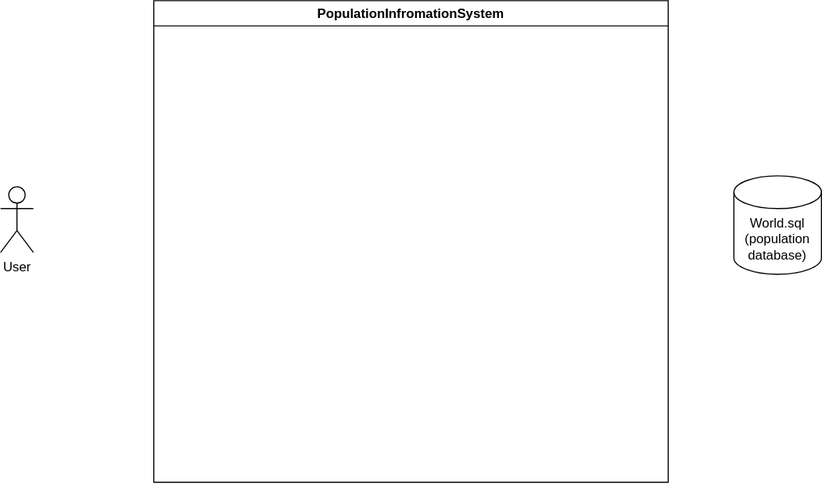
Earlier version of the draw.io export Usecase/PopulationInfromationSystem.svg (ChawThiriSoe1779/SET09623Gp2). Source tidied: cells renumbered, new cells last; positions are measured from the earlier drawing's top-left corner, leaving out a move shared by most shapes. Source of this version:
```xml
<mxGraphModel>
  <root>
    <mxCell id="0" />
    <mxCell id="1" parent="0" />
    <mxCell id="2" value="PopulationInfromationSystem" style="swimlane;" parent="1" vertex="1">
      <mxGeometry x="140" width="470" height="440" as="geometry" />
    </mxCell>
    <mxCell id="3" value="User" style="shape=umlActor;verticalLabelPosition=bottom;verticalAlign=top;html=1;outlineConnect=0;" parent="1" vertex="1">
      <mxGeometry y="170" width="30" height="60" as="geometry" />
    </mxCell>
    <mxCell id="4" value="World.sql&lt;br&gt;(population database)" style="shape=cylinder3;whiteSpace=wrap;html=1;boundedLbl=1;backgroundOutline=1;size=15;" parent="1" vertex="1">
      <mxGeometry x="670" y="160" width="80" height="90" as="geometry" />
    </mxCell>
  </root>
</mxGraphModel>
```
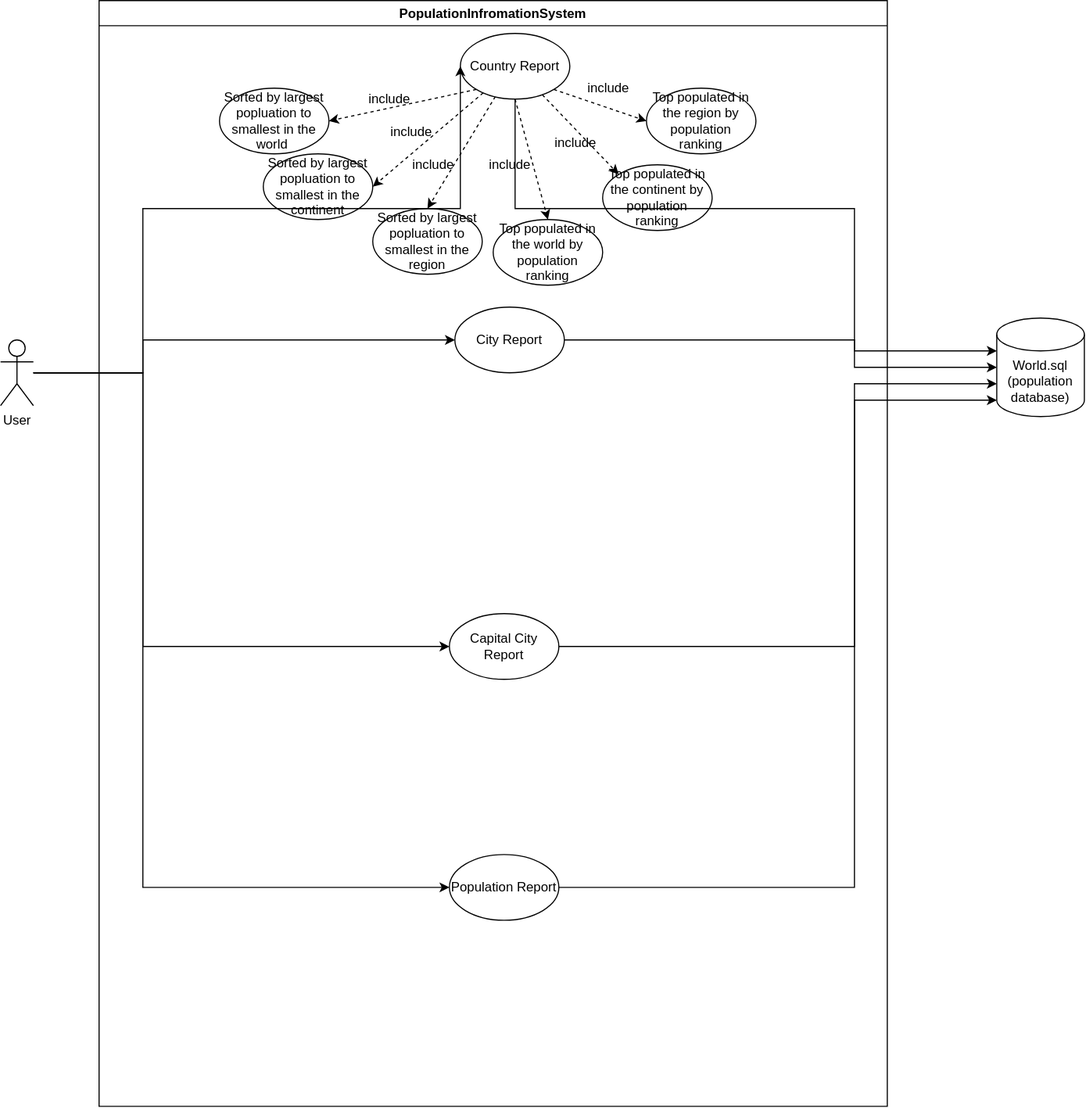
After the commit.

Commit message:
Adding changes in Usecase diagram(PopulationInfromationSystem.svg)

What changed in the source:
```diff
@@ -3,13 +3,143 @@
     <mxCell id="0" />
     <mxCell id="1" parent="0" />
     <mxCell id="2" value="PopulationInfromationSystem" style="swimlane;" parent="1" vertex="1">
-      <mxGeometry x="140" width="470" height="440" as="geometry" />
+      <mxGeometry x="380" y="-150" width="720" height="1010" as="geometry" />
     </mxCell>
+    <mxCell id="5" style="rounded=0;jettySize=auto;html=1;exitX=0;exitY=1;exitDx=0;exitDy=0;entryX=1;entryY=0.5;entryDx=0;entryDy=0;fontSize=12;dashed=1;" parent="2" edge="1" source="11" target="15">
+      <mxGeometry relative="1" as="geometry" />
+    </mxCell>
+    <mxCell id="6" style="edgeStyle=none;rounded=0;jettySize=auto;html=1;entryX=1;entryY=0.5;entryDx=0;entryDy=0;dashed=1;fontSize=12;" parent="2" edge="1" source="11" target="16">
+      <mxGeometry relative="1" as="geometry" />
+    </mxCell>
+    <mxCell id="7" style="edgeStyle=none;rounded=0;jettySize=auto;html=1;exitX=0.32;exitY=0.961;exitDx=0;exitDy=0;entryX=0.5;entryY=0;entryDx=0;entryDy=0;dashed=1;fontSize=12;exitPerimeter=0;" parent="2" edge="1" source="11" target="17">
+      <mxGeometry relative="1" as="geometry" />
+    </mxCell>
+    <mxCell id="8" style="edgeStyle=none;rounded=0;jettySize=auto;html=1;exitX=0.5;exitY=1;exitDx=0;exitDy=0;entryX=0.5;entryY=0;entryDx=0;entryDy=0;dashed=1;fontSize=12;" parent="2" edge="1" source="11" target="18">
+      <mxGeometry relative="1" as="geometry" />
+    </mxCell>
+    <mxCell id="9" style="edgeStyle=none;rounded=0;jettySize=auto;html=1;entryX=0;entryY=0;entryDx=0;entryDy=0;dashed=1;fontSize=12;" parent="2" edge="1" source="11" target="19">
+      <mxGeometry relative="1" as="geometry" />
+    </mxCell>
+    <mxCell id="10" style="edgeStyle=none;rounded=0;jettySize=auto;html=1;exitX=1;exitY=1;exitDx=0;exitDy=0;entryX=0;entryY=0.5;entryDx=0;entryDy=0;dashed=1;fontSize=12;" parent="2" edge="1" source="11" target="20">
+      <mxGeometry relative="1" as="geometry" />
+    </mxCell>
+    <mxCell id="11" value="Country Report" style="ellipse;whiteSpace=wrap;html=1;" parent="2" vertex="1">
+      <mxGeometry x="330" y="30" width="100" height="60" as="geometry" />
+    </mxCell>
+    <mxCell id="12" value="City Report" style="ellipse;whiteSpace=wrap;html=1;" parent="2" vertex="1">
+      <mxGeometry x="325" y="280" width="100" height="60" as="geometry" />
+    </mxCell>
+    <mxCell id="13" value="Capital City Report" style="ellipse;whiteSpace=wrap;html=1;" parent="2" vertex="1">
+      <mxGeometry x="320" y="560" width="100" height="60" as="geometry" />
+    </mxCell>
+    <mxCell id="14" value="Population Report" style="ellipse;whiteSpace=wrap;html=1;" parent="2" vertex="1">
+      <mxGeometry x="320" y="780" width="100" height="60" as="geometry" />
+    </mxCell>
+    <mxCell id="15" value="Sorted by largest popluation to smallest in the world&amp;nbsp;" style="ellipse;whiteSpace=wrap;html=1;" parent="2" vertex="1">
+      <mxGeometry x="110" y="80" width="100" height="60" as="geometry" />
+    </mxCell>
+    <mxCell id="16" value="Sorted by largest popluation to smallest in the continent" style="ellipse;whiteSpace=wrap;html=1;" parent="2" vertex="1">
+      <mxGeometry x="150" y="140" width="100" height="60" as="geometry" />
+    </mxCell>
+    <mxCell id="17" value="Sorted by largest popluation to smallest in the region" style="ellipse;whiteSpace=wrap;html=1;" parent="2" vertex="1">
+      <mxGeometry x="250" y="190" width="100" height="60" as="geometry" />
+    </mxCell>
+    <mxCell id="18" value="Top populated in the world by population ranking" style="ellipse;whiteSpace=wrap;html=1;" parent="2" vertex="1">
+      <mxGeometry x="360" y="200" width="100" height="60" as="geometry" />
+    </mxCell>
+    <mxCell id="19" value="Top populated in the continent by population ranking" style="ellipse;whiteSpace=wrap;html=1;" parent="2" vertex="1">
+      <mxGeometry x="460" y="150" width="100" height="60" as="geometry" />
+    </mxCell>
+    <mxCell id="20" value="Top populated in the region by population ranking" style="ellipse;whiteSpace=wrap;html=1;" parent="2" vertex="1">
+      <mxGeometry x="500" y="80" width="100" height="60" as="geometry" />
+    </mxCell>
+    <mxCell id="21" value="include" style="text;html=1;align=center;verticalAlign=middle;strokeColor=none;fillColor=none;fontSize=12;" parent="2" vertex="1">
+      <mxGeometry x="240" y="80" width="50" height="20" as="geometry" />
+    </mxCell>
+    <mxCell id="22" value="include" style="text;html=1;align=center;verticalAlign=middle;strokeColor=none;fillColor=none;fontSize=12;" parent="2" vertex="1">
+      <mxGeometry x="260" y="110" width="50" height="20" as="geometry" />
+    </mxCell>
+    <mxCell id="23" value="include" style="text;html=1;align=center;verticalAlign=middle;strokeColor=none;fillColor=none;fontSize=12;" parent="2" vertex="1">
+      <mxGeometry x="280" y="140" width="50" height="20" as="geometry" />
+    </mxCell>
+    <mxCell id="24" value="include" style="text;html=1;align=center;verticalAlign=middle;strokeColor=none;fillColor=none;fontSize=12;" parent="2" vertex="1">
+      <mxGeometry x="350" y="140" width="50" height="20" as="geometry" />
+    </mxCell>
+    <mxCell id="25" value="include" style="text;html=1;align=center;verticalAlign=middle;strokeColor=none;fillColor=none;fontSize=12;" parent="2" vertex="1">
+      <mxGeometry x="410" y="120" width="50" height="20" as="geometry" />
+    </mxCell>
+    <mxCell id="26" value="include" style="text;html=1;align=center;verticalAlign=middle;strokeColor=none;fillColor=none;fontSize=12;" parent="2" vertex="1">
+      <mxGeometry x="440" y="70" width="50" height="20" as="geometry" />
+    </mxCell>
+    <mxCell id="27" style="edgeStyle=orthogonalEdgeStyle;rounded=0;jettySize=auto;html=1;entryX=0;entryY=0.5;entryDx=0;entryDy=0;" parent="1" edge="1" source="3" target="11">
+      <mxGeometry relative="1" as="geometry">
+        <Array as="points">
+          <mxPoint x="420" y="190" />
+          <mxPoint x="420" y="40" />
+        </Array>
+      </mxGeometry>
+    </mxCell>
+    <mxCell id="28" style="edgeStyle=orthogonalEdgeStyle;rounded=0;jettySize=auto;html=1;entryX=0;entryY=0.5;entryDx=0;entryDy=0;" parent="1" edge="1" source="3" target="12">
+      <mxGeometry relative="1" as="geometry">
+        <Array as="points">
+          <mxPoint x="420" y="190" />
+          <mxPoint x="420" y="160" />
+        </Array>
+      </mxGeometry>
+    </mxCell>
+    <mxCell id="29" style="edgeStyle=orthogonalEdgeStyle;rounded=0;jettySize=auto;html=1;entryX=0;entryY=0.5;entryDx=0;entryDy=0;" parent="1" edge="1" source="3" target="13">
+      <mxGeometry relative="1" as="geometry">
+        <Array as="points">
+          <mxPoint x="420" y="190" />
+          <mxPoint x="420" y="440" />
+        </Array>
+      </mxGeometry>
+    </mxCell>
+    <mxCell id="30" style="edgeStyle=orthogonalEdgeStyle;rounded=0;jettySize=auto;html=1;entryX=0;entryY=0.5;entryDx=0;entryDy=0;" parent="1" edge="1" source="3" target="14">
+      <mxGeometry relative="1" as="geometry">
+        <Array as="points">
+          <mxPoint x="420" y="190" />
+          <mxPoint x="420" y="660" />
+        </Array>
+      </mxGeometry>
+    </mxCell>
     <mxCell id="3" value="User" style="shape=umlActor;verticalLabelPosition=bottom;verticalAlign=top;html=1;outlineConnect=0;" parent="1" vertex="1">
-      <mxGeometry y="170" width="30" height="60" as="geometry" />
+      <mxGeometry x="290" y="160" width="30" height="60" as="geometry" />
     </mxCell>
     <mxCell id="4" value="World.sql&lt;br&gt;(population database)" style="shape=cylinder3;whiteSpace=wrap;html=1;boundedLbl=1;backgroundOutline=1;size=15;" parent="1" vertex="1">
-      <mxGeometry x="670" y="160" width="80" height="90" as="geometry" />
+      <mxGeometry x="1200" y="140" width="80" height="90" as="geometry" />
     </mxCell>
+    <mxCell id="31" style="edgeStyle=orthogonalEdgeStyle;rounded=0;jettySize=auto;html=1;entryX=0;entryY=0;entryDx=0;entryDy=30;entryPerimeter=0;" parent="1" edge="1" source="11" target="4">
+      <mxGeometry relative="1" as="geometry">
+        <Array as="points">
+          <mxPoint x="1070" y="40" />
+          <mxPoint x="1070" y="170" />
+        </Array>
+      </mxGeometry>
+    </mxCell>
+    <mxCell id="32" style="edgeStyle=orthogonalEdgeStyle;rounded=0;jettySize=auto;html=1;entryX=0;entryY=0.5;entryDx=0;entryDy=0;entryPerimeter=0;" parent="1" edge="1" source="12" target="4">
+      <mxGeometry relative="1" as="geometry">
+        <Array as="points">
+          <mxPoint x="1070" y="160" />
+          <mxPoint x="1070" y="185" />
+        </Array>
+      </mxGeometry>
+    </mxCell>
+    <mxCell id="33" style="edgeStyle=orthogonalEdgeStyle;rounded=0;jettySize=auto;html=1;entryX=0;entryY=0;entryDx=0;entryDy=60;entryPerimeter=0;" parent="1" edge="1" source="13" target="4">
+      <mxGeometry relative="1" as="geometry">
+        <Array as="points">
+          <mxPoint x="1070" y="440" />
+          <mxPoint x="1070" y="200" />
+        </Array>
+      </mxGeometry>
+    </mxCell>
+    <mxCell id="34" style="edgeStyle=orthogonalEdgeStyle;rounded=0;jettySize=auto;html=1;entryX=0;entryY=1;entryDx=0;entryDy=-15;entryPerimeter=0;" parent="1" edge="1" source="14" target="4">
+      <mxGeometry relative="1" as="geometry">
+        <Array as="points">
+          <mxPoint x="1070" y="660" />
+          <mxPoint x="1070" y="215" />
+        </Array>
+      </mxGeometry>
+    </mxCell>
   </root>
 </mxGraphModel>
```
